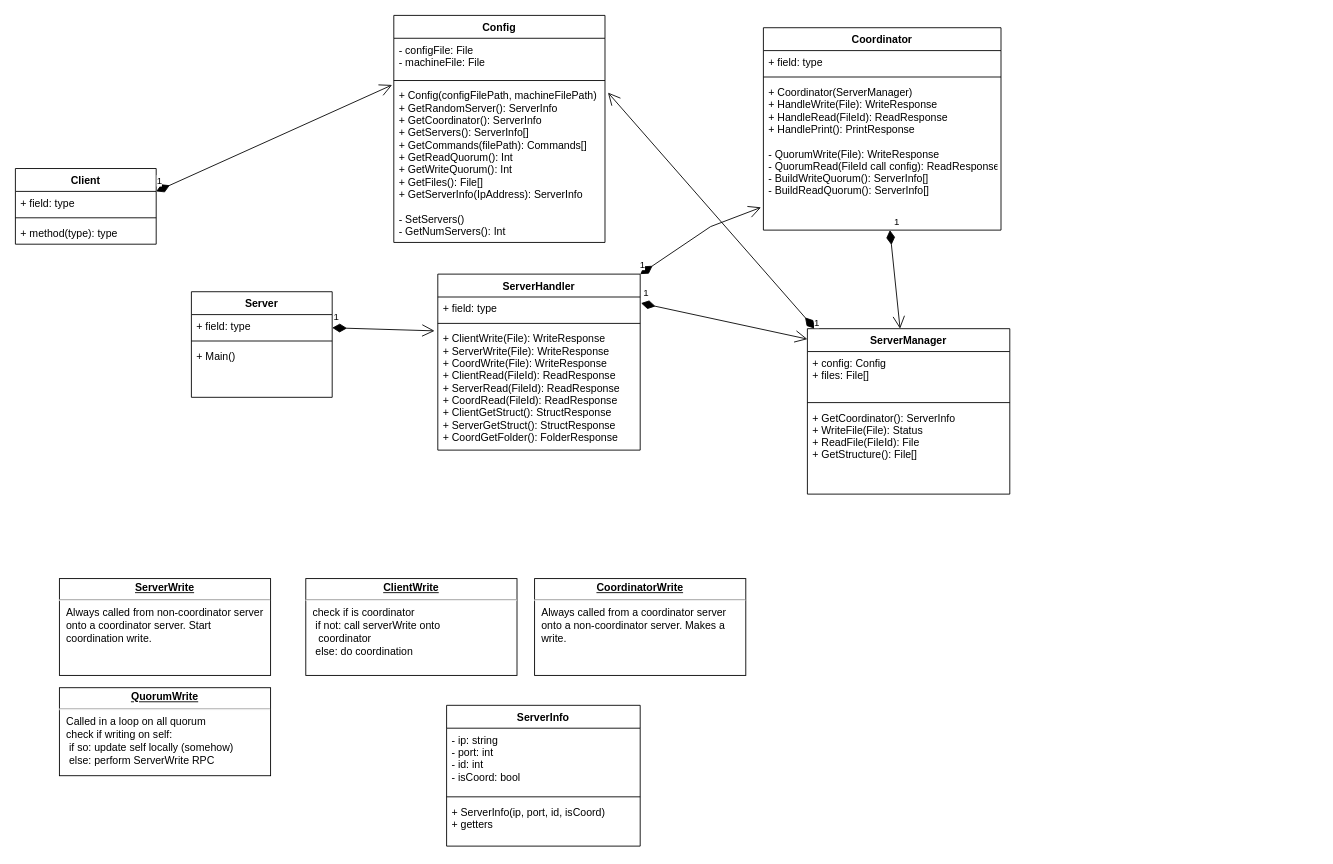
Above: PA3.drawio in lukekivi/Distributed-File-System (draw.io), before the change. Source tidied: cells renumbered, new cells numbered last; positions are measured from the earlier drawing's top-left corner, leaving out a move shared by most shapes. Both pictures are drawn from the tidied source at 88%, with x=0, y=0 at pixel (15, 15).
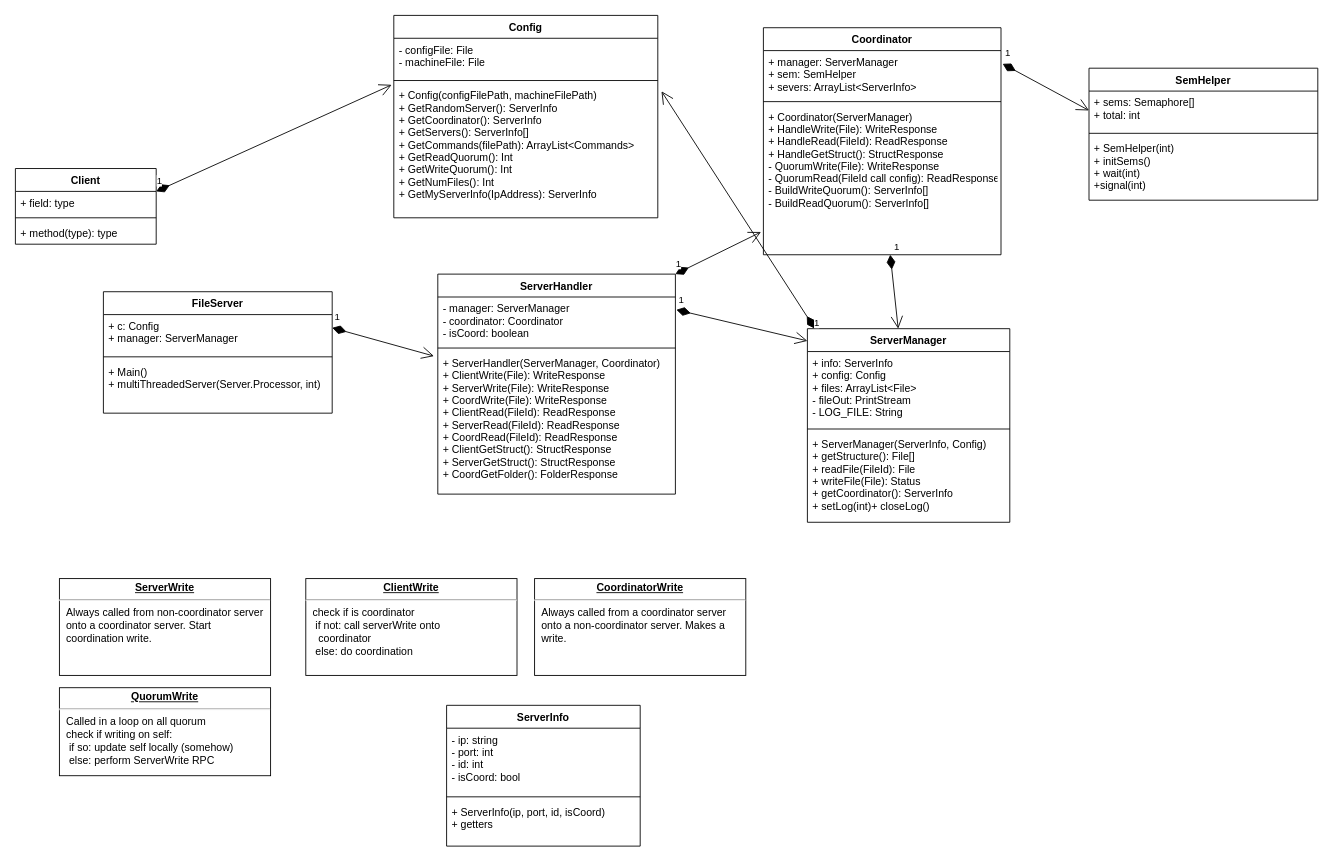
The same page after the edit.

Change to the diagram source:
```diff
@@
     <mxCell id="2" value="ServerHandler&#10;" style="swimlane;fontStyle=1;align=center;verticalAlign=top;horizontal=1;startSize=26;" parent="1" vertex="1">
-      <mxGeometry x="480" y="294" width="230" height="200" as="geometry" />
+      <mxGeometry x="480" y="294" width="270" height="250" as="geometry" />
     </mxCell>
-    <mxCell id="3" value="+ field: type" style="text;strokeColor=none;fillColor=none;align=left;verticalAlign=top;spacingLeft=4;spacingRight=4;overflow=hidden;points=[[0,0.5],[1,0.5]];portConstraint=eastwest;" parent="2" vertex="1">
-      <mxGeometry y="26" width="230" height="26" as="geometry" />
+    <mxCell id="3" value="- manager: ServerManager&#10;- coordinator: Coordinator&#10;- isCoord: boolean" style="text;strokeColor=none;fillColor=none;align=left;verticalAlign=top;spacingLeft=4;spacingRight=4;overflow=hidden;points=[[0,0.5],[1,0.5]];portConstraint=eastwest;" parent="2" vertex="1">
+      <mxGeometry y="26" width="270" height="54" as="geometry" />
     </mxCell>
     <mxCell id="4" style="line;strokeWidth=1;fillColor=none;align=left;verticalAlign=middle;spacingTop=-1;spacingLeft=3;spacingRight=3;labelPosition=right;" parent="2" vertex="1">
-      <mxGeometry y="52" width="230" height="8" as="geometry" />
+      <mxGeometry y="80" width="270" height="8" as="geometry" />
     </mxCell>
-    <mxCell id="5" value="+ ClientWrite(File): WriteResponse &#10;+ ServerWrite(File): WriteResponse&#10;+ CoordWrite(File): WriteResponse&#10;+ ClientRead(FileId): ReadResponse&#10;+ ServerRead(FileId): ReadResponse&#10;+ CoordRead(FileId): ReadResponse&#10;+ ClientGetStruct(): StructResponse&#10;+ ServerGetStruct(): StructResponse&#10;+ CoordGetFolder(): FolderResponse" style="text;strokeColor=none;fillColor=none;align=left;verticalAlign=top;spacingLeft=4;spacingRight=4;overflow=hidden;points=[[0,0.5],[1,0.5]];portConstraint=eastwest;" parent="2" vertex="1">
-      <mxGeometry y="60" width="230" height="140" as="geometry" />
+    <mxCell id="5" value="+ ServerHandler(ServerManager, Coordinator)&#10;+ ClientWrite(File): WriteResponse &#10;+ ServerWrite(File): WriteResponse &#10;+ CoordWrite(File): WriteResponse&#10;+ ClientRead(FileId): ReadResponse&#10;+ ServerRead(FileId): ReadResponse&#10;+ CoordRead(FileId): ReadResponse&#10;+ ClientGetStruct(): StructResponse&#10;+ ServerGetStruct(): StructResponse&#10;+ CoordGetFolder(): FolderResponse" style="text;strokeColor=none;fillColor=none;align=left;verticalAlign=top;spacingLeft=4;spacingRight=4;overflow=hidden;points=[[0,0.5],[1,0.5]];portConstraint=eastwest;" parent="2" vertex="1">
+      <mxGeometry y="88" width="270" height="162" as="geometry" />
     </mxCell>
@@
     <mxCell id="10" value="Coordinator" style="swimlane;fontStyle=1;align=center;verticalAlign=top;horizontal=1;startSize=26;" parent="1" vertex="1">
-      <mxGeometry x="850" y="14" width="270" height="230" as="geometry" />
+      <mxGeometry x="850" y="14" width="270" height="258" as="geometry" />
     </mxCell>
-    <mxCell id="11" value="+ field: type" style="text;strokeColor=none;fillColor=none;align=left;verticalAlign=top;spacingLeft=4;spacingRight=4;overflow=hidden;points=[[0,0.5],[1,0.5]];portConstraint=eastwest;" parent="10" vertex="1">
-      <mxGeometry y="26" width="270" height="26" as="geometry" />
+    <mxCell id="11" value="+ manager: ServerManager&#10;+ sem: SemHelper&#10;+ severs: ArrayList&lt;ServerInfo&gt;&#10;" style="text;strokeColor=none;fillColor=none;align=left;verticalAlign=top;spacingLeft=4;spacingRight=4;overflow=hidden;points=[[0,0.5],[1,0.5]];portConstraint=eastwest;" parent="10" vertex="1">
+      <mxGeometry y="26" width="270" height="54" as="geometry" />
     </mxCell>
     <mxCell id="12" style="line;strokeWidth=1;fillColor=none;align=left;verticalAlign=middle;spacingTop=-1;spacingLeft=3;spacingRight=3;labelPosition=right;" parent="10" vertex="1">
-      <mxGeometry y="52" width="270" height="8" as="geometry" />
+      <mxGeometry y="80" width="270" height="8" as="geometry" />
     </mxCell>
-    <mxCell id="13" value="+ Coordinator(ServerManager)&#10;+ HandleWrite(File): WriteResponse&#10;+ HandleRead(FileId): ReadResponse&#10;+ HandlePrint(): PrintResponse&#10;&#10;- QuorumWrite(File): WriteResponse&#10;- QuorumRead(FileId call config): ReadResponse&#10;- BuildWriteQuorum(): ServerInfo[]&#10;- BuildReadQuorum(): ServerInfo[]&#10;" style="text;strokeColor=none;fillColor=none;align=left;verticalAlign=top;spacingLeft=4;spacingRight=4;overflow=hidden;points=[[0,0.5],[1,0.5]];portConstraint=eastwest;" parent="10" vertex="1">
-      <mxGeometry y="60" width="270" height="170" as="geometry" />
+    <mxCell id="13" value="+ Coordinator(ServerManager)&#10;+ HandleWrite(File): WriteResponse&#10;+ HandleRead(FileId): ReadResponse&#10;+ HandleGetStruct(): StructResponse&#10;- QuorumWrite(File): WriteResponse&#10;- QuorumRead(FileId call config): ReadResponse&#10;- BuildWriteQuorum(): ServerInfo[]&#10;- BuildReadQuorum(): ServerInfo[]&#10;" style="text;strokeColor=none;fillColor=none;align=left;verticalAlign=top;spacingLeft=4;spacingRight=4;overflow=hidden;points=[[0,0.5],[1,0.5]];portConstraint=eastwest;" parent="10" vertex="1">
+      <mxGeometry y="88" width="270" height="170" as="geometry" />
     </mxCell>
-    <mxCell id="14" value="Server" style="swimlane;fontStyle=1;align=center;verticalAlign=top;horizontal=1;startSize=26;" parent="1" vertex="1">
-      <mxGeometry x="200" y="314" width="160" height="120" as="geometry" />
+    <mxCell id="14" value="FileServer" style="swimlane;fontStyle=1;align=center;verticalAlign=top;horizontal=1;startSize=26;" parent="1" vertex="1">
+      <mxGeometry x="100" y="314" width="260" height="138" as="geometry" />
     </mxCell>
-    <mxCell id="15" value="+ field: type" style="text;strokeColor=none;fillColor=none;align=left;verticalAlign=top;spacingLeft=4;spacingRight=4;overflow=hidden;" parent="14" vertex="1">
-      <mxGeometry y="26" width="160" height="26" as="geometry" />
+    <mxCell id="15" value="+ c: Config&#10;+ manager: ServerManager&#10;" style="text;strokeColor=none;fillColor=none;align=left;verticalAlign=top;spacingLeft=4;spacingRight=4;overflow=hidden;" parent="14" vertex="1">
+      <mxGeometry y="26" width="260" height="44" as="geometry" />
     </mxCell>
     <mxCell id="16" style="line;strokeWidth=1;fillColor=none;align=left;verticalAlign=middle;spacingTop=-1;spacingLeft=3;spacingRight=3;labelPosition=right;" parent="14" vertex="1">
-      <mxGeometry y="52" width="160" height="8" as="geometry" />
+      <mxGeometry y="70" width="260" height="8" as="geometry" />
     </mxCell>
-    <mxCell id="17" value="+ Main()" style="text;strokeColor=none;fillColor=none;align=left;verticalAlign=top;spacingLeft=4;spacingRight=4;overflow=hidden;" parent="14" vertex="1">
-      <mxGeometry y="60" width="160" height="60" as="geometry" />
+    <mxCell id="17" value="+ Main()&#10;+ multiThreadedServer(Server.Processor, int)" style="text;strokeColor=none;fillColor=none;align=left;verticalAlign=top;spacingLeft=4;spacingRight=4;overflow=hidden;" parent="14" vertex="1">
+      <mxGeometry y="78" width="260" height="60" as="geometry" />
     </mxCell>
@@
     <mxCell id="23" value="Config" style="swimlane;fontStyle=1;align=center;verticalAlign=top;horizontal=1;startSize=26;" parent="1" vertex="1">
-      <mxGeometry x="430" width="240" height="258" as="geometry" />
+      <mxGeometry x="430" width="300" height="230" as="geometry" />
     </mxCell>
     <mxCell id="24" value="- configFile: File&#10;- machineFile: File" style="text;strokeColor=none;fillColor=none;align=left;verticalAlign=top;spacingLeft=4;spacingRight=4;overflow=hidden;" parent="23" vertex="1">
-      <mxGeometry y="26" width="240" height="44" as="geometry" />
+      <mxGeometry y="26" width="300" height="44" as="geometry" />
     </mxCell>
     <mxCell id="25" style="line;strokeWidth=1;fillColor=none;align=left;verticalAlign=middle;spacingTop=-1;spacingLeft=3;spacingRight=3;labelPosition=right;" parent="23" vertex="1">
-      <mxGeometry y="70" width="240" height="8" as="geometry" />
+      <mxGeometry y="70" width="300" height="8" as="geometry" />
     </mxCell>
-    <mxCell id="26" value="+ Config(configFilePath, machineFilePath)&#10;+ GetRandomServer(): ServerInfo&#10;+ GetCoordinator(): ServerInfo&#10;+ GetServers(): ServerInfo[]&#10;+ GetCommands(filePath): Commands[]&#10;+ GetReadQuorum(): Int&#10;+ GetWriteQuorum(): Int&#10;+ GetFiles(): File[]&#10;+ GetServerInfo(IpAddress): ServerInfo&#10;&#10;- SetServers()&#10;- GetNumServers(): Int" style="text;strokeColor=none;fillColor=none;align=left;verticalAlign=top;spacingLeft=4;spacingRight=4;overflow=hidden;points=[[0,0.5],[1,0.5]];portConstraint=eastwest;" parent="23" vertex="1">
-      <mxGeometry y="78" width="240" height="180" as="geometry" />
+    <mxCell id="26" value="+ Config(configFilePath, machineFilePath)&#10;+ GetRandomServer(): ServerInfo&#10;+ GetCoordinator(): ServerInfo&#10;+ GetServers(): ServerInfo[]&#10;+ GetCommands(filePath): ArrayList&lt;Commands&gt;&#10;+ GetReadQuorum(): Int&#10;+ GetWriteQuorum(): Int&#10;+ GetNumFiles(): Int&#10;+ GetMyServerInfo(IpAddress): ServerInfo&#10;" style="text;strokeColor=none;fillColor=none;align=left;verticalAlign=top;spacingLeft=4;spacingRight=4;overflow=hidden;points=[[0,0.5],[1,0.5]];portConstraint=eastwest;" parent="23" vertex="1">
+      <mxGeometry y="78" width="300" height="152" as="geometry" />
     </mxCell>
@@
     <mxCell id="29" value="ServerManager" style="swimlane;fontStyle=1;align=center;verticalAlign=top;horizontal=1;startSize=26;" parent="1" vertex="1">
-      <mxGeometry x="900" y="356" width="230" height="188" as="geometry" />
+      <mxGeometry x="900" y="356" width="230" height="220" as="geometry" />
     </mxCell>
-    <mxCell id="30" value="+ config: Config&#10;+ files: File[]" style="text;strokeColor=none;fillColor=none;align=left;verticalAlign=top;spacingLeft=4;spacingRight=4;overflow=hidden;" parent="29" vertex="1">
-      <mxGeometry y="26" width="230" height="54" as="geometry" />
+    <mxCell id="30" value="+ info: ServerInfo&#10;+ config: Config&#10;+ files: ArrayList&lt;File&gt;&#10;- fileOut: PrintStream&#10;- LOG_FILE: String&#10;" style="text;strokeColor=none;fillColor=none;align=left;verticalAlign=top;spacingLeft=4;spacingRight=4;overflow=hidden;" parent="29" vertex="1">
+      <mxGeometry y="26" width="230" height="84" as="geometry" />
     </mxCell>
     <mxCell id="31" style="line;strokeWidth=1;fillColor=none;align=left;verticalAlign=middle;spacingTop=-1;spacingLeft=3;spacingRight=3;labelPosition=right;" parent="29" vertex="1">
-      <mxGeometry y="80" width="230" height="8" as="geometry" />
+      <mxGeometry y="110" width="230" height="8" as="geometry" />
     </mxCell>
-    <mxCell id="32" value="+ GetCoordinator(): ServerInfo&#10;+ WriteFile(File): Status&#10;+ ReadFile(FileId): File&#10;+ GetStructure(): File[]" style="text;strokeColor=none;fillColor=none;align=left;verticalAlign=top;spacingLeft=4;spacingRight=4;overflow=hidden;" parent="29" vertex="1">
-      <mxGeometry y="88" width="230" height="100" as="geometry" />
+    <mxCell id="32" value="+ ServerManager(ServerInfo, Config)&#10;+ getStructure(): File[]&#10;+ readFile(FileId): File&#10;+ writeFile(File): Status &#10;+ getCoordinator(): ServerInfo &#10;+ setLog(int)+ closeLog()&#10;" style="text;strokeColor=none;fillColor=none;align=left;verticalAlign=top;spacingLeft=4;spacingRight=4;overflow=hidden;" parent="29" vertex="1">
+      <mxGeometry y="118" width="230" height="102" as="geometry" />
     </mxCell>
@@
     <mxCell id="38" value="1" style="endArrow=open;html=1;endSize=12;startArrow=diamondThin;startSize=14;startFill=1;align=left;verticalAlign=bottom;rounded=0;entryX=-0.01;entryY=0.848;entryDx=0;entryDy=0;entryPerimeter=0;exitX=1;exitY=0;exitDx=0;exitDy=0;" parent="1" edge="1" source="2" target="13">
-      <mxGeometry x="-1" y="3" relative="1" as="geometry">
-        <Array as="points">
-          <mxPoint x="790" y="240" />
-        </Array>
-      </mxGeometry>
+      <mxGeometry x="-1" y="3" relative="1" as="geometry" />
     </mxCell>
@@
+    <mxCell id="40" value="SemHelper" style="swimlane;fontStyle=1;align=center;verticalAlign=top;horizontal=1;startSize=26;" parent="1" vertex="1">
+      <mxGeometry x="1220" y="60" width="260" height="150" as="geometry" />
+    </mxCell>
+    <mxCell id="41" value="+ sems: Semaphore[]&#10;+ total: int&#10;" style="text;strokeColor=none;fillColor=none;align=left;verticalAlign=top;spacingLeft=4;spacingRight=4;overflow=hidden;points=[[0,0.5],[1,0.5]];portConstraint=eastwest;" parent="40" vertex="1">
+      <mxGeometry y="26" width="260" height="44" as="geometry" />
+    </mxCell>
+    <mxCell id="42" style="line;strokeWidth=1;fillColor=none;align=left;verticalAlign=middle;spacingTop=-1;spacingLeft=3;spacingRight=3;labelPosition=right;" parent="40" vertex="1">
+      <mxGeometry y="70" width="260" height="8" as="geometry" />
+    </mxCell>
+    <mxCell id="43" value="+ SemHelper(int)&#10;+ initSems()&#10;+ wait(int)&#10;+signal(int)&#10;" style="text;strokeColor=none;fillColor=none;align=left;verticalAlign=top;spacingLeft=4;spacingRight=4;overflow=hidden;" parent="40" vertex="1">
+      <mxGeometry y="78" width="260" height="72" as="geometry" />
+    </mxCell>
+    <mxCell id="44" value="1" style="endArrow=open;html=1;endSize=12;startArrow=diamondThin;startSize=14;startFill=1;align=left;verticalAlign=bottom;rounded=0;entryX=0;entryY=0.5;entryDx=0;entryDy=0;exitX=1.007;exitY=0.278;exitDx=0;exitDy=0;exitPerimeter=0;" parent="1" edge="1" source="11" target="41">
+      <mxGeometry x="-1" y="3" relative="1" as="geometry" />
+    </mxCell>
```
